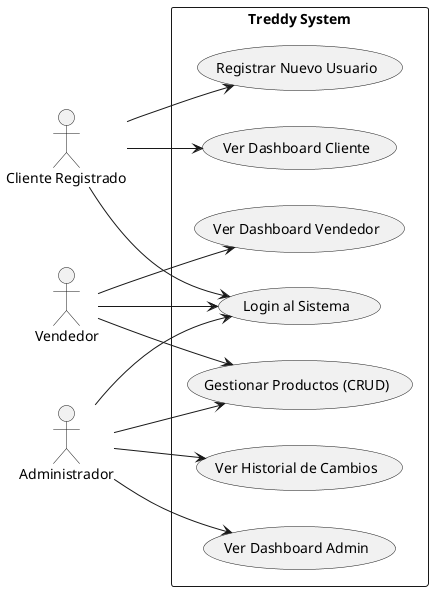
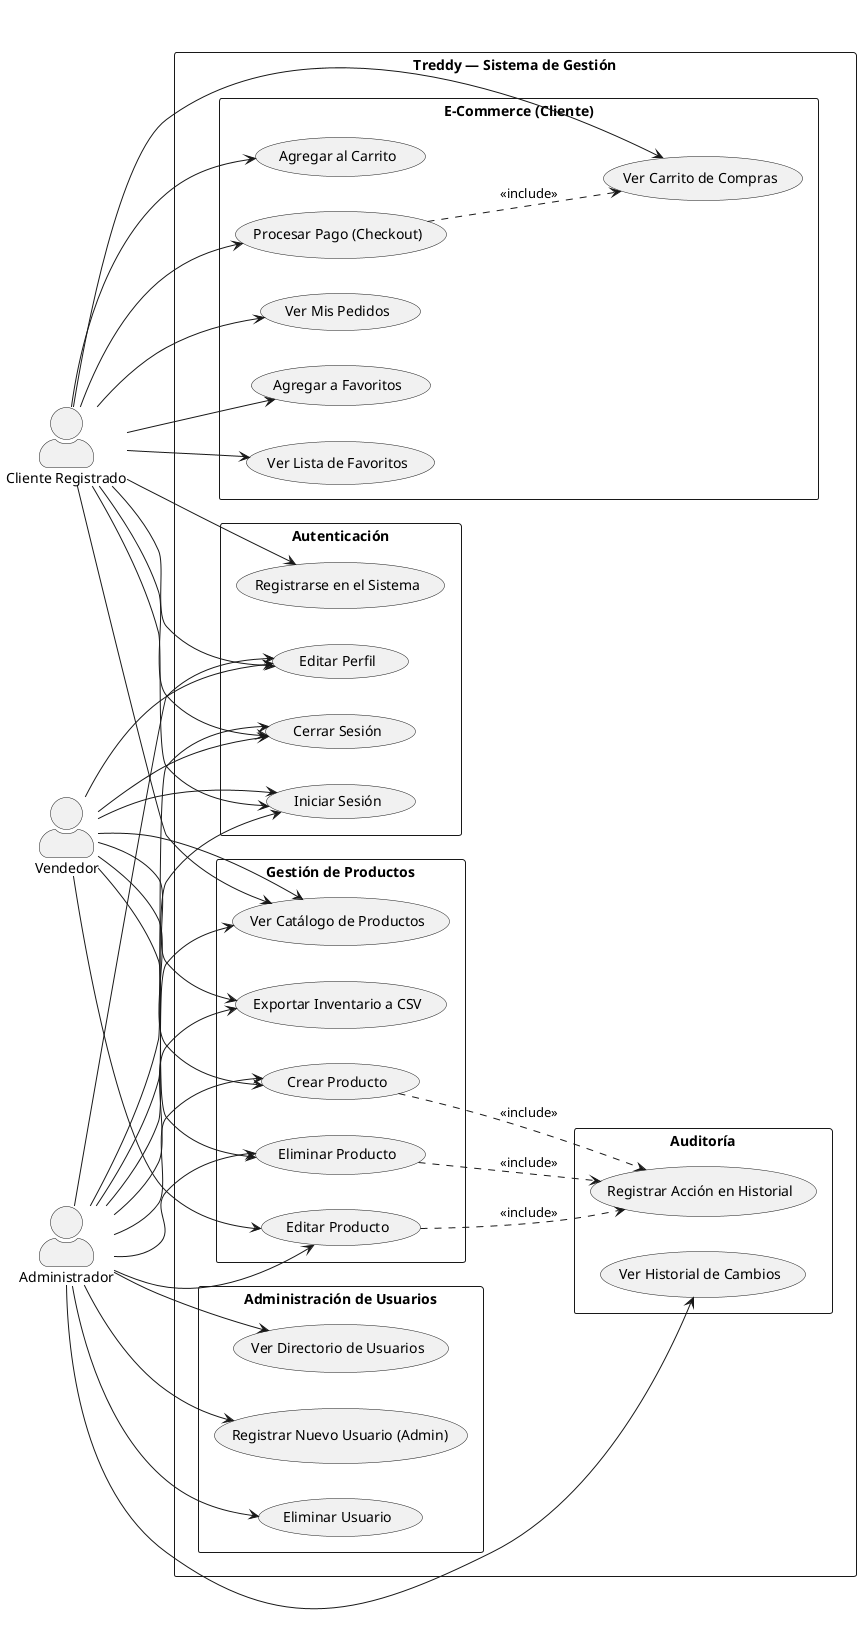
@startuml casos_de_uso
left to right direction
skinparam packageStyle rectangle
+ skinparam actorStyle awesome

actor "Cliente Registrado" as cliente
actor "Vendedor" as vendedor
actor "Administrador" as admin

- rectangle "Treddy System" {
-     usecase "Login al Sistema" as UC1
-     usecase "Ver Dashboard Cliente" as UC2
-     usecase "Ver Dashboard Vendedor" as UC3
-     usecase "Ver Dashboard Admin" as UC4
-     usecase "Gestionar Productos (CRUD)" as UC5
-     usecase "Registrar Nuevo Usuario" as UC6
-     usecase "Ver Historial de Cambios" as UC7
+ rectangle "Treddy — Sistema de Gestión" {
+ 
+     package "Autenticación" {
+         usecase "Iniciar Sesión" as UC1
+         usecase "Registrarse en el Sistema" as UC2
+         usecase "Editar Perfil" as UC3
+         usecase "Cerrar Sesión" as UC4
+     }
+ 
+     package "Gestión de Productos" {
+         usecase "Ver Catálogo de Productos" as UC5
+         usecase "Crear Producto" as UC6
+         usecase "Editar Producto" as UC7
+         usecase "Eliminar Producto" as UC8
+         usecase "Exportar Inventario a CSV" as UC9
+     }
+ 
+     package "Auditoría" {
+         usecase "Ver Historial de Cambios" as UC10
+         usecase "Registrar Acción en Historial" as UC11
+     }
+ 
+     package "E-Commerce (Cliente)" {
+         usecase "Agregar a Favoritos" as UC12
+         usecase "Ver Lista de Favoritos" as UC13
+         usecase "Agregar al Carrito" as UC14
+         usecase "Ver Carrito de Compras" as UC15
+         usecase "Procesar Pago (Checkout)" as UC16
+         usecase "Ver Mis Pedidos" as UC17
+     }
+ 
+     package "Administración de Usuarios" {
+         usecase "Ver Directorio de Usuarios" as UC18
+         usecase "Registrar Nuevo Usuario (Admin)" as UC19
+         usecase "Eliminar Usuario" as UC20
+     }
}

+ ' ── Relaciones Cliente ──
cliente --> UC1
+ cliente --> UC2
+ cliente --> UC3
+ cliente --> UC4
+ cliente --> UC5
+ cliente --> UC12
+ cliente --> UC13
+ cliente --> UC14
+ cliente --> UC15
+ cliente --> UC16
+ cliente --> UC17
+ 
+ ' ── Relaciones Vendedor ──
vendedor --> UC1
+ vendedor --> UC3
+ vendedor --> UC4
+ vendedor --> UC5
+ vendedor --> UC6
+ vendedor --> UC7
+ vendedor --> UC8
+ vendedor --> UC9
+ 
+ ' ── Relaciones Administrador ──
admin --> UC1
- 
- cliente --> UC6
- cliente --> UC2
- 
- vendedor --> UC3
- vendedor --> UC5
- 
+ admin --> UC3
admin --> UC4
admin --> UC5
+ admin --> UC6
admin --> UC7
+ admin --> UC8
+ admin --> UC9
+ admin --> UC10
+ admin --> UC18
+ admin --> UC19
+ admin --> UC20
+ 
+ ' ── Includes / Extends ──
+ UC6 ..> UC11 : <<include>>
+ UC7 ..> UC11 : <<include>>
+ UC8 ..> UC11 : <<include>>
+ UC16 ..> UC15 : <<include>>

@enduml
